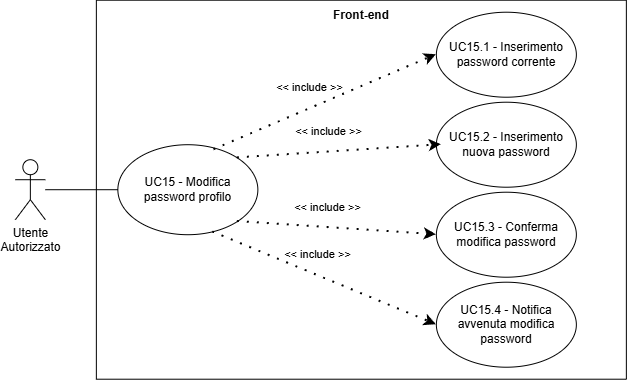
Above: assets/diagrams/UC15.png in SkarabGroup/DocumentazioneProgetto (draw.io), before the change. Source tidied: cells renumbered, new cells last; positions are measured from the earlier drawing's top-left corner, leaving out a move shared by most shapes.
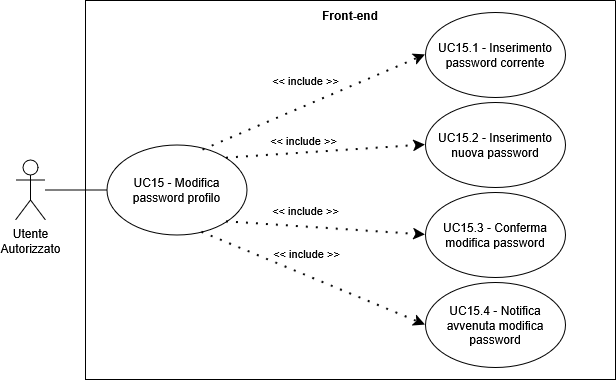
After the commit.

What changed in the source:
```diff
@@ -5,9 +5,6 @@
     <mxCell id="2" style="swimlane;startSize=0;" parent="1" vertex="1">
       <mxGeometry x="80.9" y="-0.3" width="530" height="379" as="geometry" />
     </mxCell>
-    <mxCell id="3" value="Utente&lt;div&gt;Autorizzato&lt;/div&gt;" style="shape=umlActor;verticalLabelPosition=bottom;verticalAlign=top;html=1;outlineConnect=0;align=center;" parent="2" vertex="1">
-      <mxGeometry x="-81" y="159.5" width="30" height="60" as="geometry" />
-    </mxCell>
     <mxCell id="4" style="ellipse;whiteSpace=wrap;html=1;" parent="2" vertex="1">
       <mxGeometry x="21.5" y="144.5" width="140" height="90" as="geometry" />
     </mxCell>
@@ -21,11 +18,10 @@
       <mxGeometry x="345" y="19.5" width="130" height="70" as="geometry" />
     </mxCell>
     <mxCell id="8" value="&amp;lt;&amp;lt; include &amp;gt;&amp;gt;" style="endArrow=classic;startArrow=none;endFill=1;startFill=0;html=1;verticalAlign=bottom;dashed=1;labelBackgroundColor=none;rounded=0;dashPattern=1 4;curved=0;endSize=6;strokeWidth=2;entryX=0;entryY=0.5;entryDx=0;entryDy=0;exitX=0.686;exitY=0.056;exitDx=0;exitDy=0;exitPerimeter=0;" parent="2" edge="1" source="4" target="6">
-      <mxGeometry x="-0.1" y="11" relative="1" as="geometry" />
+      <mxGeometry x="-0.03" y="15" relative="1" as="geometry">
+        <mxPoint y="1" as="offset" />
+      </mxGeometry>
     </mxCell>
-    <mxCell id="9" style="endArrow=none;html=1;rounded=0;entryX=0;entryY=0.5;entryDx=0;entryDy=0;" parent="2" edge="1" source="3" target="4">
-      <mxGeometry relative="1" as="geometry" />
-    </mxCell>
     <mxCell id="10" style="ellipse;whiteSpace=wrap;html=1;" parent="2" vertex="1">
       <mxGeometry x="340" y="102" width="140" height="85" as="geometry" />
     </mxCell>
@@ -44,11 +40,11 @@
     <mxCell id="15" value="UC15.4 - Notifica avvenuta modifica password" style="text;html=1;align=center;verticalAlign=middle;whiteSpace=wrap;rounded=0;" parent="2" vertex="1">
       <mxGeometry x="345" y="289.5" width="130" height="70" as="geometry" />
     </mxCell>
-    <mxCell id="16" value="&amp;lt;&amp;lt; include &amp;gt;&amp;gt;" style="endArrow=classic;startArrow=none;endFill=1;startFill=0;html=1;verticalAlign=bottom;dashed=1;labelBackgroundColor=none;rounded=0;dashPattern=1 4;curved=0;endSize=6;strokeWidth=2;entryX=0;entryY=0.5;entryDx=0;entryDy=0;exitX=1;exitY=0;exitDx=0;exitDy=0;" parent="2" edge="1" source="4" target="11">
-      <mxGeometry x="-0.1" y="11" relative="1" as="geometry" />
+    <mxCell id="16" value="&amp;lt;&amp;lt; include &amp;gt;&amp;gt;" style="endArrow=classic;startArrow=none;endFill=1;startFill=0;html=1;verticalAlign=bottom;dashed=1;labelBackgroundColor=none;rounded=0;dashPattern=1 4;curved=0;endSize=6;strokeWidth=2;entryX=0;entryY=0.5;entryDx=0;entryDy=0;exitX=1;exitY=0;exitDx=0;exitDy=0;" parent="2" edge="1" source="4" target="10">
+      <mxGeometry x="-0.22" y="3" relative="1" as="geometry" />
     </mxCell>
     <mxCell id="17" value="&amp;lt;&amp;lt; include &amp;gt;&amp;gt;" style="endArrow=classic;startArrow=none;endFill=1;startFill=0;html=1;verticalAlign=bottom;dashed=1;labelBackgroundColor=none;rounded=0;dashPattern=1 4;curved=0;endSize=6;strokeWidth=2;entryX=0;entryY=0.5;entryDx=0;entryDy=0;exitX=1;exitY=1;exitDx=0;exitDy=0;" parent="2" edge="1" source="4" target="12">
-      <mxGeometry x="-0.1" y="11" relative="1" as="geometry" />
+      <mxGeometry x="-0.21" y="7" relative="1" as="geometry" />
     </mxCell>
     <mxCell id="18" value="&amp;lt;&amp;lt; include &amp;gt;&amp;gt;" style="endArrow=classic;startArrow=none;endFill=1;startFill=0;html=1;verticalAlign=bottom;dashed=1;labelBackgroundColor=none;rounded=0;dashPattern=1 4;curved=0;endSize=6;strokeWidth=2;entryX=0;entryY=0.5;entryDx=0;entryDy=0;exitX=0.678;exitY=0.97;exitDx=0;exitDy=0;exitPerimeter=0;" parent="2" edge="1" source="4" target="14">
       <mxGeometry x="-0.1" y="11" relative="1" as="geometry" />
@@ -56,5 +52,11 @@
     <mxCell id="19" value="Front-end" style="text;html=1;align=center;verticalAlign=middle;whiteSpace=wrap;rounded=0;strokeColor=none;perimeterSpacing=1;fontStyle=1;" parent="2" vertex="1">
       <mxGeometry x="235" width="60" height="30" as="geometry" />
     </mxCell>
+    <mxCell id="3" value="Utente&lt;div&gt;Autorizzato&lt;/div&gt;" style="shape=umlActor;verticalLabelPosition=bottom;verticalAlign=top;html=1;outlineConnect=0;align=center;" parent="1" vertex="1">
+      <mxGeometry x="10.9" y="159.2" width="30" height="60" as="geometry" />
+    </mxCell>
+    <mxCell id="9" style="endArrow=none;html=1;rounded=0;entryX=0;entryY=0.5;entryDx=0;entryDy=0;" parent="1" edge="1" source="3" target="4">
+      <mxGeometry relative="1" as="geometry" />
+    </mxCell>
   </root>
 </mxGraphModel>
```
